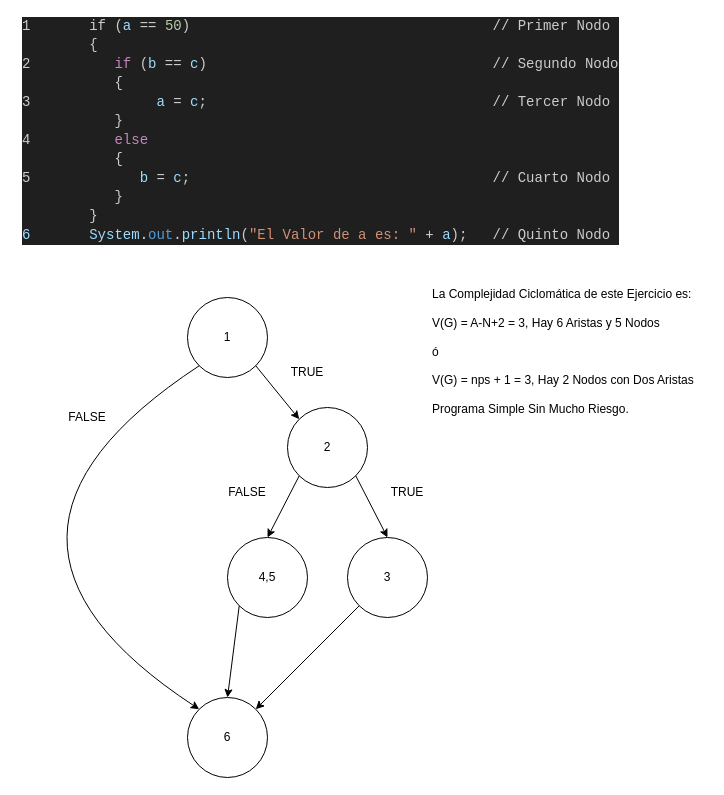
matelat-daw/DAW-2--Trimestre keeps this draw.io diagram as Entornos de Desarrollo/Pruebas de Caja Blanca/Ejercicio-2.drawio. Above is the earlier version. Source tidied: cells renumbered, new cells numbered last; positions are measured from the earlier drawing's top-left corner, leaving out a move shared by most shapes. Both pictures are drawn from the tidied source at 100%, with x=0, y=0 at pixel (-63, 27).
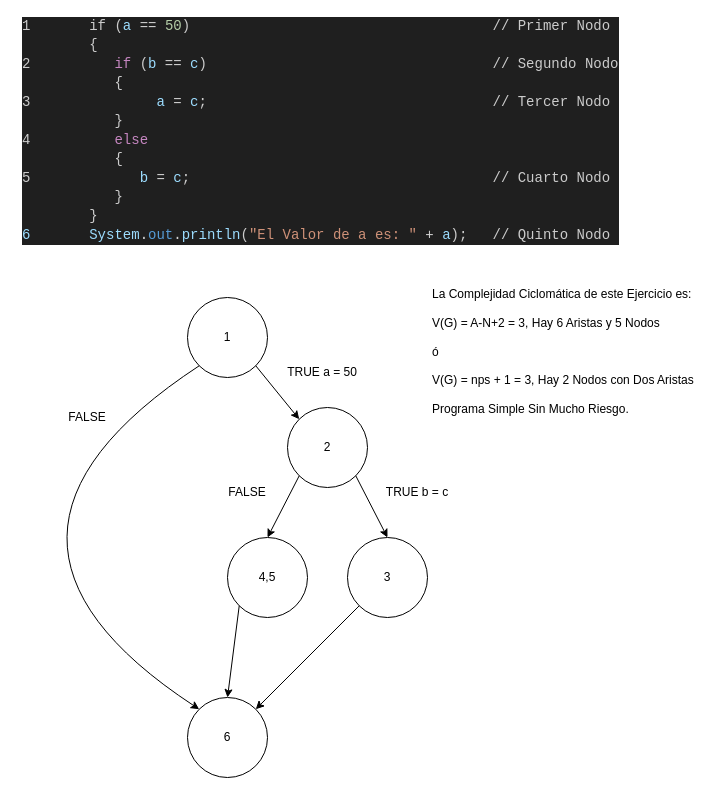
Above is the later version.

Change to the diagram source:
```diff
@@
-    <mxCell id="15" value="TRUE" style="text;html=1;align=center;verticalAlign=middle;whiteSpace=wrap;rounded=0;" parent="1" vertex="1">
-      <mxGeometry x="440" y="450" width="60" height="30" as="geometry" />
+    <mxCell id="15" value="TRUE b = c" style="text;html=1;align=center;verticalAlign=middle;whiteSpace=wrap;rounded=0;" parent="1" vertex="1">
+      <mxGeometry x="440" y="450" width="80" height="30" as="geometry" />
     </mxCell>
@@
-    <mxCell id="19" value="TRUE" style="text;html=1;align=center;verticalAlign=middle;whiteSpace=wrap;rounded=0;" parent="1" vertex="1">
-      <mxGeometry x="340" y="330" width="60" height="30" as="geometry" />
+    <mxCell id="19" value="TRUE a = 50" style="text;html=1;align=center;verticalAlign=middle;whiteSpace=wrap;rounded=0;" parent="1" vertex="1">
+      <mxGeometry x="340" y="330" width="90" height="30" as="geometry" />
     </mxCell>
```
